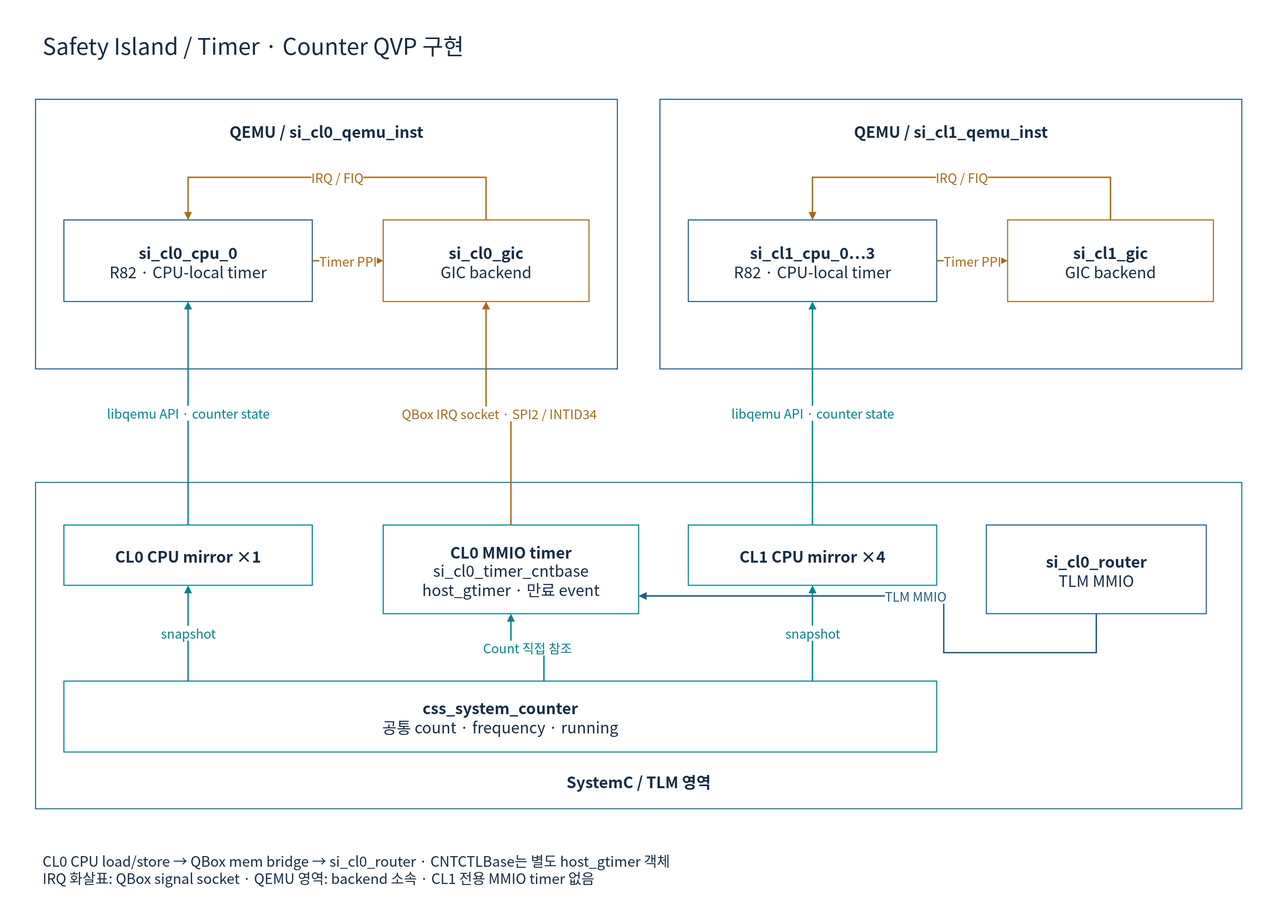
Before: doc/phase1/timer/diagrams/01si-e-qvp.drawio.svg, a diagram exported from draw.io (cometzero/project-apollo). Source tidied: cells renumbered, new cells last; positions are measured from the earlier drawing's top-left corner, leaving out a move shared by most shapes.
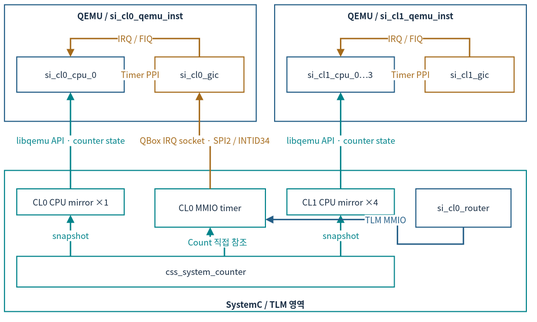
After the change.

What changed in the source:
```diff
@@ -2,99 +2,90 @@
   <root>
     <mxCell id="0" />
     <mxCell id="1" parent="0" />
-    <mxCell id="2" style="rounded=0;whiteSpace=wrap;html=1;fillColor=#FFFFFF;strokeColor=none;strokeWidth=1.5;fontColor=#172C43;fontFamily=Noto Sans CJK KR;fontSize=22;spacing=10;" parent="1" vertex="1">
-      <mxGeometry width="1800" height="1300" as="geometry" />
-    </mxCell>
-    <mxCell id="3" value="Safety Island / Timer · Counter QVP 구현" style="rounded=0;whiteSpace=wrap;html=1;fillColor=#FFFFFF;strokeColor=none;strokeWidth=1.5;fontColor=#172C43;fontFamily=Noto Sans CJK KR;fontSize=22;spacing=10;fontSize=32;align=left;" parent="1" vertex="1">
-      <mxGeometry x="50" y="30" width="1700" height="65" as="geometry" />
-    </mxCell>
-    <mxCell id="4" value="QEMU / si_cl0_qemu_inst" style="rounded=0;whiteSpace=wrap;html=1;fillColor=#FFFFFF;strokeColor=#235D86;strokeWidth=1.5;fontColor=#172C43;fontFamily=Noto Sans CJK KR;fontSize=22;spacing=10;verticalAlign=top;fontStyle=1;spacingTop=16;" parent="1" vertex="1">
-      <mxGeometry x="50" y="140" width="820" height="380" as="geometry" />
+    <mxCell id="4" value="QEMU / si_cl0_qemu_inst" style="rounded=0;whiteSpace=wrap;html=1;fillColor=#FFFFFF;strokeColor=#235D86;strokeWidth=1.5;fontColor=#172C43;fontFamily=Noto Sans CJK KR;verticalAlign=top;fontStyle=1;fontSize=12;spacing=3;whiteSpace=wrap;" parent="1" vertex="1">
+      <mxGeometry x="16.3" y="46.6" width="354.9" height="164.4" as="geometry" />
     </mxCell>
-    <mxCell id="5" value="&lt;b&gt;si_cl0_cpu_0&lt;/b&gt;&lt;br&gt;R82 · CPU-local timer" style="rounded=0;whiteSpace=wrap;html=1;fillColor=#FFFFFF;strokeColor=#235D86;strokeWidth=1.5;fontColor=#172C43;fontFamily=Noto Sans CJK KR;fontSize=22;spacing=10;" parent="4" vertex="1">
-      <mxGeometry x="40" y="170" width="350" height="115" as="geometry" />
+    <mxCell id="5" value="si_cl0_cpu_0" style="rounded=0;whiteSpace=wrap;html=1;fillColor=#FFFFFF;strokeColor=#235D86;strokeWidth=1.5;fontColor=#172C43;fontFamily=Noto Sans CJK KR;fontSize=12;spacing=3;whiteSpace=wrap;" parent="4" vertex="1">
+      <mxGeometry x="17.3" y="73.6" width="151.5" height="49.8" as="geometry" />
     </mxCell>
-    <mxCell id="6" value="&lt;b&gt;si_cl0_gic&lt;/b&gt;&lt;br&gt;GIC backend" style="rounded=0;whiteSpace=wrap;html=1;fillColor=#FFFFFF;strokeColor=#A56A1A;strokeWidth=1.5;fontColor=#172C43;fontFamily=Noto Sans CJK KR;fontSize=22;spacing=10;" parent="4" vertex="1">
-      <mxGeometry x="490" y="170" width="290" height="115" as="geometry" />
+    <mxCell id="6" value="si_cl0_gic" style="rounded=0;whiteSpace=wrap;html=1;fillColor=#FFFFFF;strokeColor=#A56A1A;strokeWidth=1.5;fontColor=#172C43;fontFamily=Noto Sans CJK KR;fontSize=12;spacing=3;whiteSpace=wrap;" parent="4" vertex="1">
+      <mxGeometry x="212.1" y="73.6" width="125.5" height="49.8" as="geometry" />
     </mxCell>
-    <mxCell id="7" value="Timer PPI" style="edgeStyle=orthogonalEdgeStyle;rounded=0;html=1;endArrow=block;endFill=1;strokeWidth=2;strokeColor=#A56A1A;fontColor=#A56A1A;fontFamily=Noto Sans CJK KR;fontSize=18;labelBackgroundColor=#FFFFFF;exitX=1;exitY=0.5;entryX=0;entryY=0.5;" parent="1" edge="1" source="5" target="6">
+    <mxCell id="7" value="Timer PPI" style="edgeStyle=orthogonalEdgeStyle;rounded=0;html=1;endArrow=block;endFill=1;strokeWidth=2;strokeColor=#A56A1A;fontColor=#A56A1A;fontFamily=Noto Sans CJK KR;labelBackgroundColor=#FFFFFF;exitX=1;exitY=0.5;entryX=0;entryY=0.5;fontSize=12;spacing=3;whiteSpace=nowrap;" parent="1" edge="1" source="5" target="6">
       <mxGeometry relative="1" as="geometry" />
     </mxCell>
-    <mxCell id="8" value="IRQ / FIQ" style="edgeStyle=orthogonalEdgeStyle;rounded=0;html=1;endArrow=block;endFill=1;strokeWidth=2;strokeColor=#A56A1A;fontColor=#A56A1A;fontFamily=Noto Sans CJK KR;fontSize=18;labelBackgroundColor=#FFFFFF;exitX=0.5;exitY=0;entryX=0.5;entryY=0;" parent="1" edge="1" source="6" target="5">
+    <mxCell id="8" value="IRQ / FIQ" style="edgeStyle=orthogonalEdgeStyle;rounded=0;html=1;endArrow=block;endFill=1;strokeWidth=2;strokeColor=#A56A1A;fontColor=#A56A1A;fontFamily=Noto Sans CJK KR;labelBackgroundColor=#FFFFFF;exitX=0.5;exitY=0;entryX=0.5;entryY=0;fontSize=12;spacing=3;whiteSpace=nowrap;" parent="1" edge="1" source="6" target="5">
       <mxGeometry relative="1" as="geometry">
         <Array as="points">
-          <mxPoint x="685" y="250" />
-          <mxPoint x="265" y="250" />
+          <mxPoint x="291.1" y="94.2" />
+          <mxPoint x="109.4" y="94.2" />
         </Array>
       </mxGeometry>
     </mxCell>
-    <mxCell id="9" value="QEMU / si_cl1_qemu_inst" style="rounded=0;whiteSpace=wrap;html=1;fillColor=#FFFFFF;strokeColor=#235D86;strokeWidth=1.5;fontColor=#172C43;fontFamily=Noto Sans CJK KR;fontSize=22;spacing=10;verticalAlign=top;fontStyle=1;spacingTop=16;" parent="1" vertex="1">
-      <mxGeometry x="930" y="140" width="820" height="380" as="geometry" />
+    <mxCell id="9" value="QEMU / si_cl1_qemu_inst" style="rounded=0;whiteSpace=wrap;html=1;fillColor=#FFFFFF;strokeColor=#235D86;strokeWidth=1.5;fontColor=#172C43;fontFamily=Noto Sans CJK KR;verticalAlign=top;fontStyle=1;fontSize=12;spacing=3;whiteSpace=wrap;" parent="1" vertex="1">
+      <mxGeometry x="397.1" y="46.6" width="354.9" height="164.4" as="geometry" />
     </mxCell>
-    <mxCell id="10" value="&lt;b&gt;si_cl1_cpu_0…3&lt;/b&gt;&lt;br&gt;R82 · CPU-local timer" style="rounded=0;whiteSpace=wrap;html=1;fillColor=#FFFFFF;strokeColor=#235D86;strokeWidth=1.5;fontColor=#172C43;fontFamily=Noto Sans CJK KR;fontSize=22;spacing=10;" parent="9" vertex="1">
-      <mxGeometry x="40" y="170" width="350" height="115" as="geometry" />
+    <mxCell id="10" value="si_cl1_cpu_0…3" style="rounded=0;whiteSpace=wrap;html=1;fillColor=#FFFFFF;strokeColor=#235D86;strokeWidth=1.5;fontColor=#172C43;fontFamily=Noto Sans CJK KR;fontSize=12;spacing=3;whiteSpace=wrap;" parent="9" vertex="1">
+      <mxGeometry x="17.3" y="73.6" width="151.5" height="49.8" as="geometry" />
     </mxCell>
-    <mxCell id="11" value="&lt;b&gt;si_cl1_gic&lt;/b&gt;&lt;br&gt;GIC backend" style="rounded=0;whiteSpace=wrap;html=1;fillColor=#FFFFFF;strokeColor=#A56A1A;strokeWidth=1.5;fontColor=#172C43;fontFamily=Noto Sans CJK KR;fontSize=22;spacing=10;" parent="9" vertex="1">
-      <mxGeometry x="490" y="170" width="290" height="115" as="geometry" />
+    <mxCell id="11" value="si_cl1_gic" style="rounded=0;whiteSpace=wrap;html=1;fillColor=#FFFFFF;strokeColor=#A56A1A;strokeWidth=1.5;fontColor=#172C43;fontFamily=Noto Sans CJK KR;fontSize=12;spacing=3;whiteSpace=wrap;" parent="9" vertex="1">
+      <mxGeometry x="212.1" y="73.6" width="125.5" height="49.8" as="geometry" />
     </mxCell>
-    <mxCell id="12" value="Timer PPI" style="edgeStyle=orthogonalEdgeStyle;rounded=0;html=1;endArrow=block;endFill=1;strokeWidth=2;strokeColor=#A56A1A;fontColor=#A56A1A;fontFamily=Noto Sans CJK KR;fontSize=18;labelBackgroundColor=#FFFFFF;exitX=1;exitY=0.5;entryX=0;entryY=0.5;" parent="1" edge="1" source="10" target="11">
+    <mxCell id="12" value="Timer PPI" style="edgeStyle=orthogonalEdgeStyle;rounded=0;html=1;endArrow=block;endFill=1;strokeWidth=2;strokeColor=#A56A1A;fontColor=#A56A1A;fontFamily=Noto Sans CJK KR;labelBackgroundColor=#FFFFFF;exitX=1;exitY=0.5;entryX=0;entryY=0.5;fontSize=12;spacing=3;whiteSpace=nowrap;" parent="1" edge="1" source="10" target="11">
       <mxGeometry relative="1" as="geometry" />
     </mxCell>
-    <mxCell id="13" value="IRQ / FIQ" style="edgeStyle=orthogonalEdgeStyle;rounded=0;html=1;endArrow=block;endFill=1;strokeWidth=2;strokeColor=#A56A1A;fontColor=#A56A1A;fontFamily=Noto Sans CJK KR;fontSize=18;labelBackgroundColor=#FFFFFF;exitX=0.5;exitY=0;entryX=0.5;entryY=0;" parent="1" edge="1" source="11" target="10">
+    <mxCell id="13" value="IRQ / FIQ" style="edgeStyle=orthogonalEdgeStyle;rounded=0;html=1;endArrow=block;endFill=1;strokeWidth=2;strokeColor=#A56A1A;fontColor=#A56A1A;fontFamily=Noto Sans CJK KR;labelBackgroundColor=#FFFFFF;exitX=0.5;exitY=0;entryX=0.5;entryY=0;fontSize=12;spacing=3;whiteSpace=nowrap;" parent="1" edge="1" source="11" target="10">
       <mxGeometry relative="1" as="geometry">
         <Array as="points">
-          <mxPoint x="1565" y="250" />
-          <mxPoint x="1145" y="250" />
+          <mxPoint x="671.9" y="94.2" />
+          <mxPoint x="490.2" y="94.2" />
         </Array>
       </mxGeometry>
     </mxCell>
-    <mxCell id="14" value="SystemC / TLM 영역" style="rounded=0;whiteSpace=wrap;html=1;fillColor=#FFFFFF;strokeColor=#00838A;strokeWidth=1.5;fontColor=#172C43;fontFamily=Noto Sans CJK KR;fontSize=22;spacing=10;verticalAlign=top;fontStyle=1;spacingTop=16;verticalAlign=bottom;spacingBottom=16;" parent="1" vertex="1">
-      <mxGeometry x="50" y="680" width="1700" height="460" as="geometry" />
+    <mxCell id="14" value="SystemC / TLM 영역" style="rounded=0;whiteSpace=wrap;html=1;fillColor=#FFFFFF;strokeColor=#00838A;strokeWidth=1.5;fontColor=#172C43;fontFamily=Noto Sans CJK KR;verticalAlign=top;fontStyle=1;verticalAlign=bottom;fontSize=12;spacing=3;whiteSpace=wrap;" parent="1" vertex="1">
+      <mxGeometry x="16.3" y="280.3" width="735.7" height="199.1" as="geometry" />
     </mxCell>
-    <mxCell id="15" value="&lt;b&gt;CL0 CPU mirror ×1&lt;/b&gt;" style="rounded=0;whiteSpace=wrap;html=1;fillColor=#FFFFFF;strokeColor=#00838A;strokeWidth=1.5;fontColor=#172C43;fontFamily=Noto Sans CJK KR;fontSize=22;spacing=10;" parent="14" vertex="1">
-      <mxGeometry x="40" y="60" width="350" height="85" as="geometry" />
+    <mxCell id="15" value="CL0 CPU mirror ×1" style="rounded=0;whiteSpace=wrap;html=1;fillColor=#FFFFFF;strokeColor=#00838A;strokeWidth=1.5;fontColor=#172C43;fontFamily=Noto Sans CJK KR;fontSize=12;spacing=3;whiteSpace=wrap;" parent="14" vertex="1">
+      <mxGeometry x="17.3" y="26" width="151.5" height="36.8" as="geometry" />
     </mxCell>
-    <mxCell id="16" value="&lt;b&gt;CL1 CPU mirror ×4&lt;/b&gt;" style="rounded=0;whiteSpace=wrap;html=1;fillColor=#FFFFFF;strokeColor=#00838A;strokeWidth=1.5;fontColor=#172C43;fontFamily=Noto Sans CJK KR;fontSize=22;spacing=10;" parent="14" vertex="1">
-      <mxGeometry x="920" y="60" width="350" height="85" as="geometry" />
+    <mxCell id="16" value="CL1 CPU mirror ×4" style="rounded=0;whiteSpace=wrap;html=1;fillColor=#FFFFFF;strokeColor=#00838A;strokeWidth=1.5;fontColor=#172C43;fontFamily=Noto Sans CJK KR;fontSize=12;spacing=3;whiteSpace=wrap;" parent="14" vertex="1">
+      <mxGeometry x="398.1" y="26" width="151.5" height="36.8" as="geometry" />
     </mxCell>
-    <mxCell id="17" value="&lt;b&gt;CL0 MMIO timer&lt;/b&gt;&lt;br&gt;si_cl0_timer_cntbase&lt;br&gt;host_gtimer · 만료 event" style="rounded=0;whiteSpace=wrap;html=1;fillColor=#FFFFFF;strokeColor=#00838A;strokeWidth=1.5;fontColor=#172C43;fontFamily=Noto Sans CJK KR;fontSize=22;spacing=10;" parent="14" vertex="1">
-      <mxGeometry x="490" y="60" width="360" height="125" as="geometry" />
+    <mxCell id="17" value="CL0 MMIO timer" style="rounded=0;whiteSpace=wrap;html=1;fillColor=#FFFFFF;strokeColor=#00838A;strokeWidth=1.5;fontColor=#172C43;fontFamily=Noto Sans CJK KR;fontSize=12;spacing=3;whiteSpace=wrap;" parent="14" vertex="1">
+      <mxGeometry x="212.1" y="26" width="155.8" height="54.1" as="geometry" />
     </mxCell>
-    <mxCell id="18" value="&lt;b&gt;si_cl0_router&lt;/b&gt;&lt;br&gt;TLM MMIO" style="rounded=0;whiteSpace=wrap;html=1;fillColor=#FFFFFF;strokeColor=#235D86;strokeWidth=1.5;fontColor=#172C43;fontFamily=Noto Sans CJK KR;fontSize=22;spacing=10;" parent="14" vertex="1">
-      <mxGeometry x="1340" y="60" width="310" height="125" as="geometry" />
+    <mxCell id="18" value="si_cl0_router" style="rounded=0;whiteSpace=wrap;html=1;fillColor=#FFFFFF;strokeColor=#235D86;strokeWidth=1.5;fontColor=#172C43;fontFamily=Noto Sans CJK KR;fontSize=12;spacing=3;whiteSpace=wrap;" parent="14" vertex="1">
+      <mxGeometry x="579.9" y="26" width="134.2" height="54.1" as="geometry" />
     </mxCell>
-    <mxCell id="19" value="&lt;b&gt;css_system_counter&lt;/b&gt;&lt;br&gt;공통 count · frequency · running" style="rounded=0;whiteSpace=wrap;html=1;fillColor=#FFFFFF;strokeColor=#00838A;strokeWidth=1.5;fontColor=#172C43;fontFamily=Noto Sans CJK KR;fontSize=22;spacing=10;" parent="14" vertex="1">
-      <mxGeometry x="40" y="280" width="1230" height="100" as="geometry" />
+    <mxCell id="19" value="css_system_counter" style="rounded=0;whiteSpace=wrap;html=1;fillColor=#FFFFFF;strokeColor=#00838A;strokeWidth=1.5;fontColor=#172C43;fontFamily=Noto Sans CJK KR;fontSize=12;spacing=3;whiteSpace=wrap;" parent="14" vertex="1">
+      <mxGeometry x="17.3" y="121.2" width="532.3" height="43.3" as="geometry" />
     </mxCell>
-    <mxCell id="20" value="libqemu API · counter state" style="edgeStyle=orthogonalEdgeStyle;rounded=0;html=1;endArrow=block;endFill=1;strokeWidth=2;strokeColor=#00838A;fontColor=#00838A;fontFamily=Noto Sans CJK KR;fontSize=18;labelBackgroundColor=#FFFFFF;exitX=0.5;exitY=0;entryX=0.5;entryY=1;" parent="1" edge="1" source="15" target="5">
+    <mxCell id="20" value="libqemu API · counter state" style="edgeStyle=orthogonalEdgeStyle;rounded=0;html=1;endArrow=block;endFill=1;strokeWidth=2;strokeColor=#00838A;fontColor=#00838A;fontFamily=Noto Sans CJK KR;labelBackgroundColor=#FFFFFF;exitX=0.5;exitY=0;entryX=0.5;entryY=1;fontSize=12;spacing=3;whiteSpace=nowrap;" parent="1" edge="1" source="15" target="5">
       <mxGeometry relative="1" as="geometry" />
     </mxCell>
-    <mxCell id="21" value="snapshot" style="edgeStyle=orthogonalEdgeStyle;rounded=0;html=1;endArrow=block;endFill=1;strokeWidth=2;strokeColor=#00838A;fontColor=#00838A;fontFamily=Noto Sans CJK KR;fontSize=18;labelBackgroundColor=#FFFFFF;exitX=0.14227642276422764;exitY=0;entryX=0.5;entryY=1;" parent="1" edge="1" source="19" target="15">
+    <mxCell id="21" value="snapshot" style="edgeStyle=orthogonalEdgeStyle;rounded=0;html=1;endArrow=block;endFill=1;strokeWidth=2;strokeColor=#00838A;fontColor=#00838A;fontFamily=Noto Sans CJK KR;labelBackgroundColor=#FFFFFF;exitX=0.14227642276422764;exitY=0;entryX=0.5;entryY=1;fontSize=12;spacing=3;whiteSpace=nowrap;" parent="1" edge="1" source="19" target="15">
       <mxGeometry relative="1" as="geometry" />
     </mxCell>
-    <mxCell id="22" value="libqemu API · counter state" style="edgeStyle=orthogonalEdgeStyle;rounded=0;html=1;endArrow=block;endFill=1;strokeWidth=2;strokeColor=#00838A;fontColor=#00838A;fontFamily=Noto Sans CJK KR;fontSize=18;labelBackgroundColor=#FFFFFF;exitX=0.5;exitY=0;entryX=0.5;entryY=1;" parent="1" edge="1" source="16" target="10">
+    <mxCell id="22" value="libqemu API · counter state" style="edgeStyle=orthogonalEdgeStyle;rounded=0;html=1;endArrow=block;endFill=1;strokeWidth=2;strokeColor=#00838A;fontColor=#00838A;fontFamily=Noto Sans CJK KR;labelBackgroundColor=#FFFFFF;exitX=0.5;exitY=0;entryX=0.5;entryY=1;fontSize=12;spacing=3;whiteSpace=nowrap;" parent="1" edge="1" source="16" target="10">
       <mxGeometry relative="1" as="geometry" />
     </mxCell>
-    <mxCell id="23" value="snapshot" style="edgeStyle=orthogonalEdgeStyle;rounded=0;html=1;endArrow=block;endFill=1;strokeWidth=2;strokeColor=#00838A;fontColor=#00838A;fontFamily=Noto Sans CJK KR;fontSize=18;labelBackgroundColor=#FFFFFF;exitX=0.8577235772357723;exitY=0;entryX=0.5;entryY=1;" parent="1" edge="1" source="19" target="16">
+    <mxCell id="23" value="snapshot" style="edgeStyle=orthogonalEdgeStyle;rounded=0;html=1;endArrow=block;endFill=1;strokeWidth=2;strokeColor=#00838A;fontColor=#00838A;fontFamily=Noto Sans CJK KR;labelBackgroundColor=#FFFFFF;exitX=0.8577235772357723;exitY=0;entryX=0.5;entryY=1;fontSize=12;spacing=3;whiteSpace=nowrap;" parent="1" edge="1" source="19" target="16">
       <mxGeometry relative="1" as="geometry" />
     </mxCell>
-    <mxCell id="24" value="Count 직접 참조" style="edgeStyle=orthogonalEdgeStyle;rounded=0;html=1;endArrow=block;endFill=1;strokeWidth=2;strokeColor=#00838A;fontColor=#00838A;fontFamily=Noto Sans CJK KR;fontSize=18;labelBackgroundColor=#FFFFFF;exitX=0.55;exitY=0;entryX=0.5;entryY=1;" parent="1" edge="1" source="19" target="17">
+    <mxCell id="24" value="Count 직접 참조" style="edgeStyle=orthogonalEdgeStyle;rounded=0;html=1;endArrow=block;endFill=1;strokeWidth=2;strokeColor=#00838A;fontColor=#00838A;fontFamily=Noto Sans CJK KR;labelBackgroundColor=#FFFFFF;exitX=0.55;exitY=0;entryX=0.5;entryY=1;fontSize=12;spacing=3;whiteSpace=nowrap;" parent="1" edge="1" source="19" target="17">
       <mxGeometry relative="1" as="geometry" />
     </mxCell>
-    <mxCell id="25" value="QBox IRQ socket · SPI2 / INTID34" style="edgeStyle=orthogonalEdgeStyle;rounded=0;html=1;endArrow=block;endFill=1;strokeWidth=2;strokeColor=#A56A1A;fontColor=#A56A1A;fontFamily=Noto Sans CJK KR;fontSize=18;labelBackgroundColor=#FFFFFF;exitX=0.5;exitY=0;entryX=0.5;entryY=1;" parent="1" edge="1" source="17" target="6">
+    <mxCell id="25" value="QBox IRQ socket · SPI2 / INTID34" style="edgeStyle=orthogonalEdgeStyle;rounded=0;html=1;endArrow=block;endFill=1;strokeWidth=2;strokeColor=#A56A1A;fontColor=#A56A1A;fontFamily=Noto Sans CJK KR;labelBackgroundColor=#FFFFFF;exitX=0.5;exitY=0;entryX=0.5;entryY=1;fontSize=12;spacing=3;whiteSpace=nowrap;" parent="1" edge="1" source="17" target="6">
       <mxGeometry relative="1" as="geometry" />
     </mxCell>
-    <mxCell id="26" value="TLM MMIO" style="edgeStyle=orthogonalEdgeStyle;rounded=0;html=1;endArrow=block;endFill=1;strokeWidth=2;strokeColor=#235D86;fontColor=#235D86;fontFamily=Noto Sans CJK KR;fontSize=18;labelBackgroundColor=#FFFFFF;exitX=0.5;exitY=1;entryX=1;entryY=0.8;" parent="1" edge="1" source="18" target="17">
+    <mxCell id="26" value="TLM MMIO" style="edgeStyle=orthogonalEdgeStyle;rounded=0;html=1;endArrow=block;endFill=1;strokeWidth=2;strokeColor=#235D86;fontColor=#235D86;fontFamily=Noto Sans CJK KR;labelBackgroundColor=#FFFFFF;exitX=0.5;exitY=1;entryX=1;entryY=0.8;fontSize=12;spacing=3;whiteSpace=nowrap;" parent="1" edge="1" source="18" target="17">
       <mxGeometry relative="1" as="geometry">
         <Array as="points">
-          <mxPoint x="1545" y="920" />
-          <mxPoint x="1330" y="920" />
-          <mxPoint x="1330" y="840" />
+          <mxPoint x="663.3" y="384.2" />
+          <mxPoint x="570.2" y="384.2" />
+          <mxPoint x="570.2" y="349.5" />
         </Array>
       </mxGeometry>
     </mxCell>
-    <mxCell id="27" value="CL0 CPU load/store → QBox mem bridge → si_cl0_router · CNTCTLBase는 별도 host_gtimer 객체&lt;br&gt;IRQ 화살표: QBox signal socket · QEMU 영역: backend 소속 · CL1 전용 MMIO timer 없음" style="rounded=0;whiteSpace=wrap;html=1;fillColor=#FFFFFF;strokeColor=none;strokeWidth=1.5;fontColor=#172C43;fontFamily=Noto Sans CJK KR;fontSize=22;spacing=10;fontSize=20;align=left;" parent="1" vertex="1">
-      <mxGeometry x="50" y="1180" width="1700" height="90" as="geometry" />
-    </mxCell>
   </root>
 </mxGraphModel>
```
